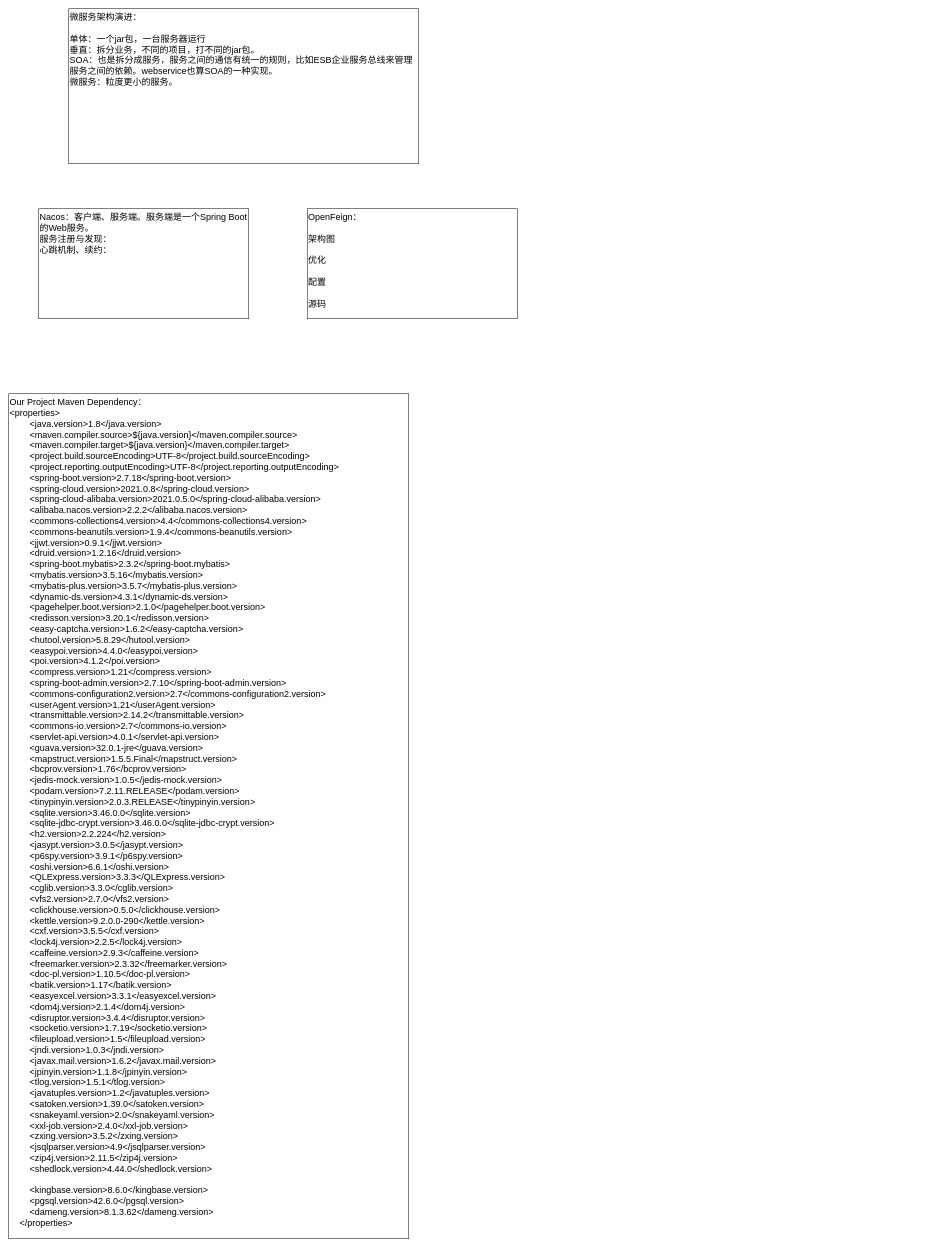
Before: JAVA/微服务.drawio in KGwolf/MyDraw, a draw.io diagram. Source tidied: cells renumbered, new cells numbered last; positions are measured from the earlier drawing's top-left corner, leaving out a move shared by most shapes. Both pictures are drawn from the tidied source at 50%, with x=0, y=0 at pixel (8, 8).
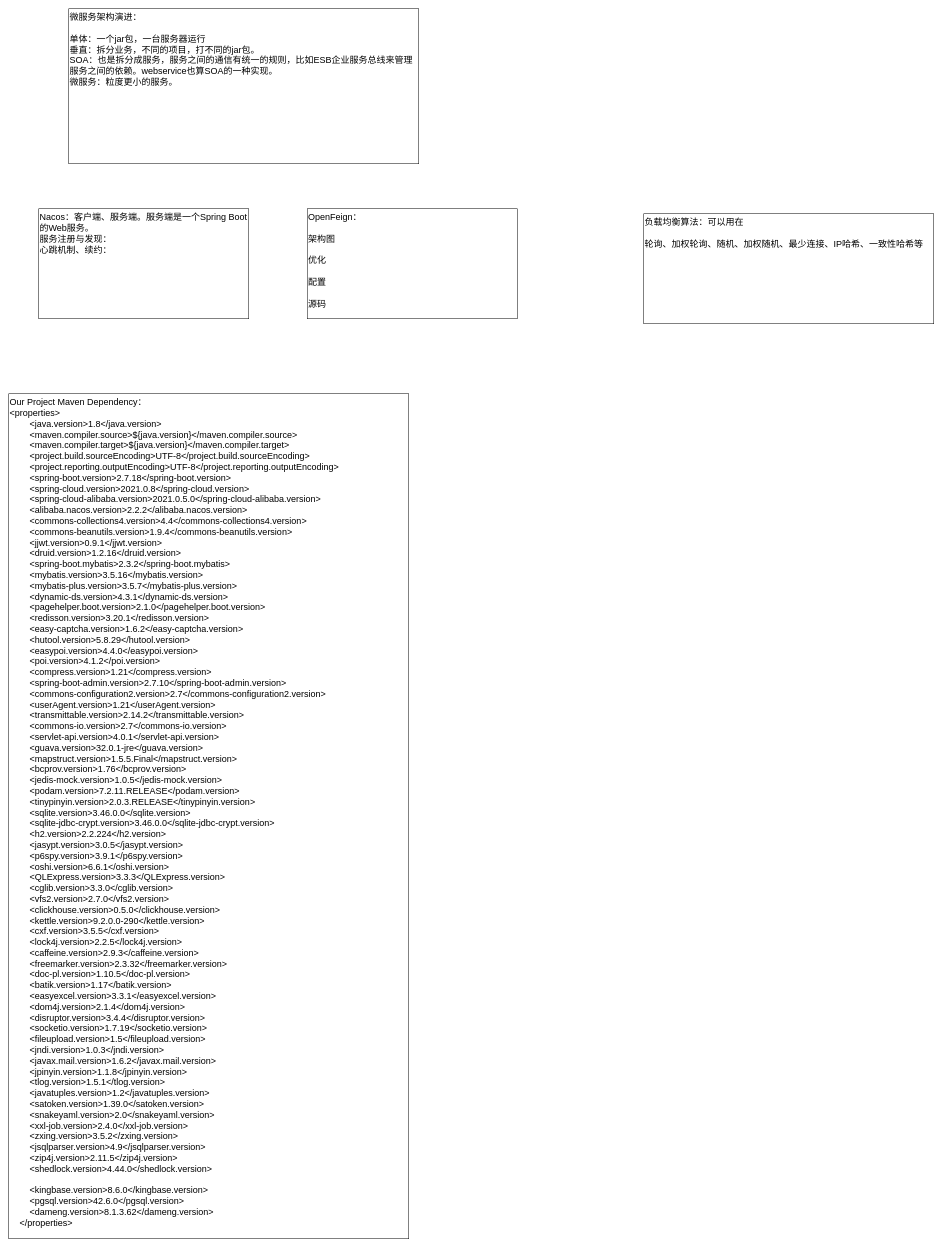
The same diagram, later.

Commit message:
更新微服务.drawio

Diff of the diagram source:
```diff
@@
 <mxGraphModel>
   <root>
     <mxCell id="0" />
     <mxCell id="1" parent="0" />
     <mxCell id="2" value="Nacos：客户端、服务端。服务端是一个Spring Boot的Web服务。&lt;div&gt;服务注册与发现：&lt;/div&gt;&lt;div&gt;心跳机制、续约：&lt;br&gt;&lt;div&gt;&lt;br&gt;&lt;/div&gt;&lt;/div&gt;" style="rounded=0;whiteSpace=wrap;html=1;fontSize=18;verticalAlign=top;align=left;" parent="1" vertex="1">
       <mxGeometry x="60" y="400" width="420" height="220" as="geometry" />
     </mxCell>
     <mxCell id="3" value="&lt;div&gt;OpenFeign：&lt;/div&gt;&lt;div&gt;&lt;br&gt;&lt;/div&gt;&lt;div&gt;架构图&lt;/div&gt;&lt;div&gt;&lt;br&gt;&lt;/div&gt;&lt;div&gt;优化&lt;/div&gt;&lt;div&gt;&lt;br&gt;&lt;/div&gt;&lt;div&gt;配置&lt;/div&gt;&lt;div&gt;&lt;br&gt;&lt;/div&gt;&lt;div&gt;源码&lt;/div&gt;" style="rounded=0;whiteSpace=wrap;html=1;fontSize=18;verticalAlign=top;align=left;" parent="1" vertex="1">
       <mxGeometry x="597" y="400" width="420" height="220" as="geometry" />
     </mxCell>
     <mxCell id="4" value="Our Project Maven Dependency：&lt;div&gt;&lt;div&gt;&amp;lt;properties&amp;gt;&lt;/div&gt;&lt;div&gt;&amp;nbsp; &amp;nbsp; &amp;nbsp; &amp;nbsp; &amp;lt;java.version&amp;gt;1.8&amp;lt;/java.version&amp;gt;&lt;/div&gt;&lt;div&gt;&amp;nbsp; &amp;nbsp; &amp;nbsp; &amp;nbsp; &amp;lt;maven.compiler.source&amp;gt;${java.version}&amp;lt;/maven.compiler.source&amp;gt;&lt;/div&gt;&lt;div&gt;&amp;nbsp; &amp;nbsp; &amp;nbsp; &amp;nbsp; &amp;lt;maven.compiler.target&amp;gt;${java.version}&amp;lt;/maven.compiler.target&amp;gt;&lt;/div&gt;&lt;div&gt;&amp;nbsp; &amp;nbsp; &amp;nbsp; &amp;nbsp; &amp;lt;project.build.sourceEncoding&amp;gt;UTF-8&amp;lt;/project.build.sourceEncoding&amp;gt;&lt;/div&gt;&lt;div&gt;&amp;nbsp; &amp;nbsp; &amp;nbsp; &amp;nbsp; &amp;lt;project.reporting.outputEncoding&amp;gt;UTF-8&amp;lt;/project.reporting.outputEncoding&amp;gt;&lt;/div&gt;&lt;div&gt;&amp;nbsp; &amp;nbsp; &amp;nbsp; &amp;nbsp; &amp;lt;spring-boot.version&amp;gt;2.7.18&amp;lt;/spring-boot.version&amp;gt;&lt;/div&gt;&lt;div&gt;&amp;nbsp; &amp;nbsp; &amp;nbsp; &amp;nbsp; &amp;lt;spring-cloud.version&amp;gt;2021.0.8&amp;lt;/spring-cloud.version&amp;gt;&lt;/div&gt;&lt;div&gt;&amp;nbsp; &amp;nbsp; &amp;nbsp; &amp;nbsp; &amp;lt;spring-cloud-alibaba.version&amp;gt;2021.0.5.0&amp;lt;/spring-cloud-alibaba.version&amp;gt;&lt;/div&gt;&lt;div&gt;&amp;nbsp; &amp;nbsp; &amp;nbsp; &amp;nbsp; &amp;lt;alibaba.nacos.version&amp;gt;2.2.2&amp;lt;/alibaba.nacos.version&amp;gt;&lt;/div&gt;&lt;div&gt;&amp;nbsp; &amp;nbsp; &amp;nbsp; &amp;nbsp; &amp;lt;commons-collections4.version&amp;gt;4.4&amp;lt;/commons-collections4.version&amp;gt;&lt;/div&gt;&lt;div&gt;&amp;nbsp; &amp;nbsp; &amp;nbsp; &amp;nbsp; &amp;lt;commons-beanutils.version&amp;gt;1.9.4&amp;lt;/commons-beanutils.version&amp;gt;&lt;/div&gt;&lt;div&gt;&amp;nbsp; &amp;nbsp; &amp;nbsp; &amp;nbsp; &amp;lt;jjwt.version&amp;gt;0.9.1&amp;lt;/jjwt.version&amp;gt;&lt;/div&gt;&lt;div&gt;&amp;nbsp; &amp;nbsp; &amp;nbsp; &amp;nbsp; &amp;lt;druid.version&amp;gt;1.2.16&amp;lt;/druid.version&amp;gt;&lt;/div&gt;&lt;div&gt;&amp;nbsp; &amp;nbsp; &amp;nbsp; &amp;nbsp; &amp;lt;spring-boot.mybatis&amp;gt;2.3.2&amp;lt;/spring-boot.mybatis&amp;gt;&lt;/div&gt;&lt;div&gt;&amp;nbsp; &amp;nbsp; &amp;nbsp; &amp;nbsp; &amp;lt;mybatis.version&amp;gt;3.5.16&amp;lt;/mybatis.version&amp;gt;&lt;/div&gt;&lt;div&gt;&amp;nbsp; &amp;nbsp; &amp;nbsp; &amp;nbsp; &amp;lt;mybatis-plus.version&amp;gt;3.5.7&amp;lt;/mybatis-plus.version&amp;gt;&lt;/div&gt;&lt;div&gt;&amp;nbsp; &amp;nbsp; &amp;nbsp; &amp;nbsp; &amp;lt;dynamic-ds.version&amp;gt;4.3.1&amp;lt;/dynamic-ds.version&amp;gt;&lt;/div&gt;&lt;div&gt;&amp;nbsp; &amp;nbsp; &amp;nbsp; &amp;nbsp; &amp;lt;pagehelper.boot.version&amp;gt;2.1.0&amp;lt;/pagehelper.boot.version&amp;gt;&lt;/div&gt;&lt;div&gt;&amp;nbsp; &amp;nbsp; &amp;nbsp; &amp;nbsp; &amp;lt;redisson.version&amp;gt;3.20.1&amp;lt;/redisson.version&amp;gt;&lt;/div&gt;&lt;div&gt;&amp;nbsp; &amp;nbsp; &amp;nbsp; &amp;nbsp; &amp;lt;easy-captcha.version&amp;gt;1.6.2&amp;lt;/easy-captcha.version&amp;gt;&lt;/div&gt;&lt;div&gt;&amp;nbsp; &amp;nbsp; &amp;nbsp; &amp;nbsp; &amp;lt;hutool.version&amp;gt;5.8.29&amp;lt;/hutool.version&amp;gt;&lt;/div&gt;&lt;div&gt;&amp;nbsp; &amp;nbsp; &amp;nbsp; &amp;nbsp; &amp;lt;easypoi.version&amp;gt;4.4.0&amp;lt;/easypoi.version&amp;gt;&lt;/div&gt;&lt;div&gt;&amp;nbsp; &amp;nbsp; &amp;nbsp; &amp;nbsp; &amp;lt;poi.version&amp;gt;4.1.2&amp;lt;/poi.version&amp;gt;&lt;/div&gt;&lt;div&gt;&amp;nbsp; &amp;nbsp; &amp;nbsp; &amp;nbsp; &amp;lt;compress.version&amp;gt;1.21&amp;lt;/compress.version&amp;gt;&lt;/div&gt;&lt;div&gt;&amp;nbsp; &amp;nbsp; &amp;nbsp; &amp;nbsp; &amp;lt;spring-boot-admin.version&amp;gt;2.7.10&amp;lt;/spring-boot-admin.version&amp;gt;&lt;/div&gt;&lt;div&gt;&amp;nbsp; &amp;nbsp; &amp;nbsp; &amp;nbsp; &amp;lt;commons-configuration2.version&amp;gt;2.7&amp;lt;/commons-configuration2.version&amp;gt;&lt;/div&gt;&lt;div&gt;&amp;nbsp; &amp;nbsp; &amp;nbsp; &amp;nbsp; &amp;lt;userAgent.version&amp;gt;1.21&amp;lt;/userAgent.version&amp;gt;&lt;/div&gt;&lt;div&gt;&amp;nbsp; &amp;nbsp; &amp;nbsp; &amp;nbsp; &amp;lt;transmittable.version&amp;gt;2.14.2&amp;lt;/transmittable.version&amp;gt;&lt;/div&gt;&lt;div&gt;&amp;nbsp; &amp;nbsp; &amp;nbsp; &amp;nbsp; &amp;lt;commons-io.version&amp;gt;2.7&amp;lt;/commons-io.version&amp;gt;&lt;/div&gt;&lt;div&gt;&amp;nbsp; &amp;nbsp; &amp;nbsp; &amp;nbsp; &amp;lt;servlet-api.version&amp;gt;4.0.1&amp;lt;/servlet-api.version&amp;gt;&lt;/div&gt;&lt;div&gt;&amp;nbsp; &amp;nbsp; &amp;nbsp; &amp;nbsp; &amp;lt;guava.version&amp;gt;32.0.1-jre&amp;lt;/guava.version&amp;gt;&lt;/div&gt;&lt;div&gt;&amp;nbsp; &amp;nbsp; &amp;nbsp; &amp;nbsp; &amp;lt;mapstruct.version&amp;gt;1.5.5.Final&amp;lt;/mapstruct.version&amp;gt;&lt;/div&gt;&lt;div&gt;&amp;nbsp; &amp;nbsp; &amp;nbsp; &amp;nbsp; &amp;lt;bcprov.version&amp;gt;1.76&amp;lt;/bcprov.version&amp;gt;&lt;/div&gt;&lt;div&gt;&amp;nbsp; &amp;nbsp; &amp;nbsp; &amp;nbsp; &amp;lt;jedis-mock.version&amp;gt;1.0.5&amp;lt;/jedis-mock.version&amp;gt;&lt;/div&gt;&lt;div&gt;&amp;nbsp; &amp;nbsp; &amp;nbsp; &amp;nbsp; &amp;lt;podam.version&amp;gt;7.2.11.RELEASE&amp;lt;/podam.version&amp;gt;&lt;/div&gt;&lt;div&gt;&amp;nbsp; &amp;nbsp; &amp;nbsp; &amp;nbsp; &amp;lt;tinypinyin.version&amp;gt;2.0.3.RELEASE&amp;lt;/tinypinyin.version&amp;gt;&lt;/div&gt;&lt;div&gt;&amp;nbsp; &amp;nbsp; &amp;nbsp; &amp;nbsp; &amp;lt;sqlite.version&amp;gt;3.46.0.0&amp;lt;/sqlite.version&amp;gt;&lt;/div&gt;&lt;div&gt;&amp;nbsp; &amp;nbsp; &amp;nbsp; &amp;nbsp; &amp;lt;sqlite-jdbc-crypt.version&amp;gt;3.46.0.0&amp;lt;/sqlite-jdbc-crypt.version&amp;gt;&lt;/div&gt;&lt;div&gt;&amp;nbsp; &amp;nbsp; &amp;nbsp; &amp;nbsp; &amp;lt;h2.version&amp;gt;2.2.224&amp;lt;/h2.version&amp;gt;&lt;/div&gt;&lt;div&gt;&amp;nbsp; &amp;nbsp; &amp;nbsp; &amp;nbsp; &amp;lt;jasypt.version&amp;gt;3.0.5&amp;lt;/jasypt.version&amp;gt;&lt;/div&gt;&lt;div&gt;&amp;nbsp; &amp;nbsp; &amp;nbsp; &amp;nbsp; &amp;lt;p6spy.version&amp;gt;3.9.1&amp;lt;/p6spy.version&amp;gt;&lt;/div&gt;&lt;div&gt;&amp;nbsp; &amp;nbsp; &amp;nbsp; &amp;nbsp; &amp;lt;oshi.version&amp;gt;6.6.1&amp;lt;/oshi.version&amp;gt;&lt;/div&gt;&lt;div&gt;&amp;nbsp; &amp;nbsp; &amp;nbsp; &amp;nbsp; &amp;lt;QLExpress.version&amp;gt;3.3.3&amp;lt;/QLExpress.version&amp;gt;&lt;/div&gt;&lt;div&gt;&amp;nbsp; &amp;nbsp; &amp;nbsp; &amp;nbsp; &amp;lt;cglib.version&amp;gt;3.3.0&amp;lt;/cglib.version&amp;gt;&lt;/div&gt;&lt;div&gt;&amp;nbsp; &amp;nbsp; &amp;nbsp; &amp;nbsp; &amp;lt;vfs2.version&amp;gt;2.7.0&amp;lt;/vfs2.version&amp;gt;&lt;/div&gt;&lt;div&gt;&amp;nbsp; &amp;nbsp; &amp;nbsp; &amp;nbsp; &amp;lt;clickhouse.version&amp;gt;0.5.0&amp;lt;/clickhouse.version&amp;gt;&lt;/div&gt;&lt;div&gt;&amp;nbsp; &amp;nbsp; &amp;nbsp; &amp;nbsp; &amp;lt;kettle.version&amp;gt;9.2.0.0-290&amp;lt;/kettle.version&amp;gt;&lt;/div&gt;&lt;div&gt;&amp;nbsp; &amp;nbsp; &amp;nbsp; &amp;nbsp; &amp;lt;cxf.version&amp;gt;3.5.5&amp;lt;/cxf.version&amp;gt;&lt;/div&gt;&lt;div&gt;&amp;nbsp; &amp;nbsp; &amp;nbsp; &amp;nbsp; &amp;lt;lock4j.version&amp;gt;2.2.5&amp;lt;/lock4j.version&amp;gt;&lt;/div&gt;&lt;div&gt;&amp;nbsp; &amp;nbsp; &amp;nbsp; &amp;nbsp; &amp;lt;caffeine.version&amp;gt;2.9.3&amp;lt;/caffeine.version&amp;gt;&lt;/div&gt;&lt;div&gt;&amp;nbsp; &amp;nbsp; &amp;nbsp; &amp;nbsp; &amp;lt;freemarker.version&amp;gt;2.3.32&amp;lt;/freemarker.version&amp;gt;&lt;/div&gt;&lt;div&gt;&amp;nbsp; &amp;nbsp; &amp;nbsp; &amp;nbsp; &amp;lt;doc-pl.version&amp;gt;1.10.5&amp;lt;/doc-pl.version&amp;gt;&lt;/div&gt;&lt;div&gt;&amp;nbsp; &amp;nbsp; &amp;nbsp; &amp;nbsp; &amp;lt;batik.version&amp;gt;1.17&amp;lt;/batik.version&amp;gt;&lt;/div&gt;&lt;div&gt;&amp;nbsp; &amp;nbsp; &amp;nbsp; &amp;nbsp; &amp;lt;easyexcel.version&amp;gt;3.3.1&amp;lt;/easyexcel.version&amp;gt;&lt;/div&gt;&lt;div&gt;&amp;nbsp; &amp;nbsp; &amp;nbsp; &amp;nbsp; &amp;lt;dom4j.version&amp;gt;2.1.4&amp;lt;/dom4j.version&amp;gt;&lt;/div&gt;&lt;div&gt;&amp;nbsp; &amp;nbsp; &amp;nbsp; &amp;nbsp; &amp;lt;disruptor.version&amp;gt;3.4.4&amp;lt;/disruptor.version&amp;gt;&lt;/div&gt;&lt;div&gt;&amp;nbsp; &amp;nbsp; &amp;nbsp; &amp;nbsp; &amp;lt;socketio.version&amp;gt;1.7.19&amp;lt;/socketio.version&amp;gt;&lt;/div&gt;&lt;div&gt;&amp;nbsp; &amp;nbsp; &amp;nbsp; &amp;nbsp; &amp;lt;fileupload.version&amp;gt;1.5&amp;lt;/fileupload.version&amp;gt;&lt;/div&gt;&lt;div&gt;&amp;nbsp; &amp;nbsp; &amp;nbsp; &amp;nbsp; &amp;lt;jndi.version&amp;gt;1.0.3&amp;lt;/jndi.version&amp;gt;&lt;/div&gt;&lt;div&gt;&amp;nbsp; &amp;nbsp; &amp;nbsp; &amp;nbsp; &amp;lt;javax.mail.version&amp;gt;1.6.2&amp;lt;/javax.mail.version&amp;gt;&lt;/div&gt;&lt;div&gt;&amp;nbsp; &amp;nbsp; &amp;nbsp; &amp;nbsp; &amp;lt;jpinyin.version&amp;gt;1.1.8&amp;lt;/jpinyin.version&amp;gt;&lt;/div&gt;&lt;div&gt;&amp;nbsp; &amp;nbsp; &amp;nbsp; &amp;nbsp; &amp;lt;tlog.version&amp;gt;1.5.1&amp;lt;/tlog.version&amp;gt;&lt;/div&gt;&lt;div&gt;&amp;nbsp; &amp;nbsp; &amp;nbsp; &amp;nbsp; &amp;lt;javatuples.version&amp;gt;1.2&amp;lt;/javatuples.version&amp;gt;&lt;/div&gt;&lt;div&gt;&amp;nbsp; &amp;nbsp; &amp;nbsp; &amp;nbsp; &amp;lt;satoken.version&amp;gt;1.39.0&amp;lt;/satoken.version&amp;gt;&lt;/div&gt;&lt;div&gt;&amp;nbsp; &amp;nbsp; &amp;nbsp; &amp;nbsp; &amp;lt;snakeyaml.version&amp;gt;2.0&amp;lt;/snakeyaml.version&amp;gt;&lt;/div&gt;&lt;div&gt;&amp;nbsp; &amp;nbsp; &amp;nbsp; &amp;nbsp; &amp;lt;xxl-job.version&amp;gt;2.4.0&amp;lt;/xxl-job.version&amp;gt;&lt;/div&gt;&lt;div&gt;&amp;nbsp; &amp;nbsp; &amp;nbsp; &amp;nbsp; &amp;lt;zxing.version&amp;gt;3.5.2&amp;lt;/zxing.version&amp;gt;&lt;/div&gt;&lt;div&gt;&amp;nbsp; &amp;nbsp; &amp;nbsp; &amp;nbsp; &amp;lt;jsqlparser.version&amp;gt;4.9&amp;lt;/jsqlparser.version&amp;gt;&lt;/div&gt;&lt;div&gt;&amp;nbsp; &amp;nbsp; &amp;nbsp; &amp;nbsp; &amp;lt;zip4j.version&amp;gt;2.11.5&amp;lt;/zip4j.version&amp;gt;&lt;/div&gt;&lt;div&gt;&amp;nbsp; &amp;nbsp; &amp;nbsp; &amp;nbsp; &amp;lt;shedlock.version&amp;gt;4.44.0&amp;lt;/shedlock.version&amp;gt;&lt;/div&gt;&lt;div&gt;&lt;br&gt;&lt;/div&gt;&lt;div&gt;&amp;nbsp; &amp;nbsp; &amp;nbsp; &amp;nbsp; &amp;lt;kingbase.version&amp;gt;8.6.0&amp;lt;/kingbase.version&amp;gt;&lt;/div&gt;&lt;div&gt;&amp;nbsp; &amp;nbsp; &amp;nbsp; &amp;nbsp; &amp;lt;pgsql.version&amp;gt;42.6.0&amp;lt;/pgsql.version&amp;gt;&lt;/div&gt;&lt;div&gt;&amp;nbsp; &amp;nbsp; &amp;nbsp; &amp;nbsp; &amp;lt;dameng.version&amp;gt;8.1.3.62&amp;lt;/dameng.version&amp;gt;&lt;/div&gt;&lt;div&gt;&amp;nbsp; &amp;nbsp; &amp;lt;/properties&amp;gt;&lt;/div&gt;&lt;div&gt;&lt;br&gt;&lt;/div&gt;&lt;/div&gt;" style="rounded=0;whiteSpace=wrap;html=1;fontSize=18;verticalAlign=top;align=left;" parent="1" vertex="1">
       <mxGeometry y="770" width="800" height="1690" as="geometry" />
     </mxCell>
     <mxCell id="5" value="微服务架构演进：&lt;div&gt;&lt;br&gt;&lt;/div&gt;&lt;div&gt;单体：一个jar包，一台服务器运行&lt;/div&gt;&lt;div&gt;垂直：拆分业务，不同的项目，打不同的jar包。&lt;/div&gt;&lt;div&gt;SOA：也是拆分成服务，服务之间的通信有统一的规则，比如ESB企业服务总线来管理服务之间的依赖。webservice也算SOA的一种实现。&lt;/div&gt;&lt;div&gt;微服务：粒度更小的服务。&lt;br&gt;&lt;div&gt;&lt;br&gt;&lt;/div&gt;&lt;/div&gt;" style="rounded=0;whiteSpace=wrap;html=1;fontSize=18;verticalAlign=top;align=left;" parent="1" vertex="1">
       <mxGeometry x="120" width="700" height="310" as="geometry" />
     </mxCell>
+    <mxCell id="6" value="&lt;div&gt;负载均衡算法：可以用在&lt;/div&gt;&lt;div&gt;&lt;br&gt;&lt;/div&gt;&lt;div&gt;轮询、加权轮询、随机、加权随机、最少连接、IP哈希、一致性哈希等&lt;/div&gt;" style="rounded=0;whiteSpace=wrap;html=1;fontSize=18;verticalAlign=top;align=left;" parent="1" vertex="1">
+      <mxGeometry x="1270" y="410" width="580" height="220" as="geometry" />
+    </mxCell>
   </root>
 </mxGraphModel>
```
